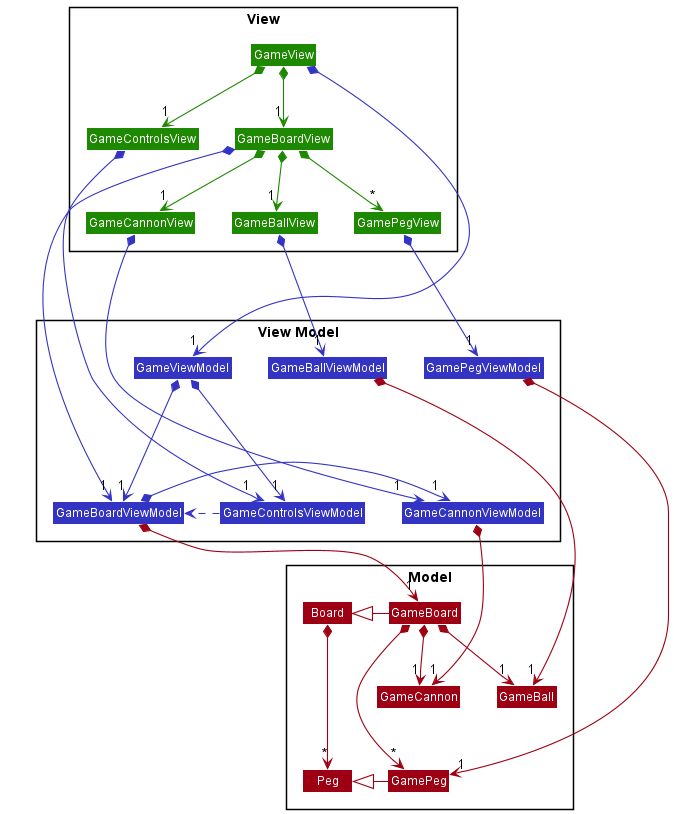
Earlier version of the PlantUML export docs/ps4-developer-guide/images/MVVMClassDiagram.png (ganhongyao/MaplePeggle).
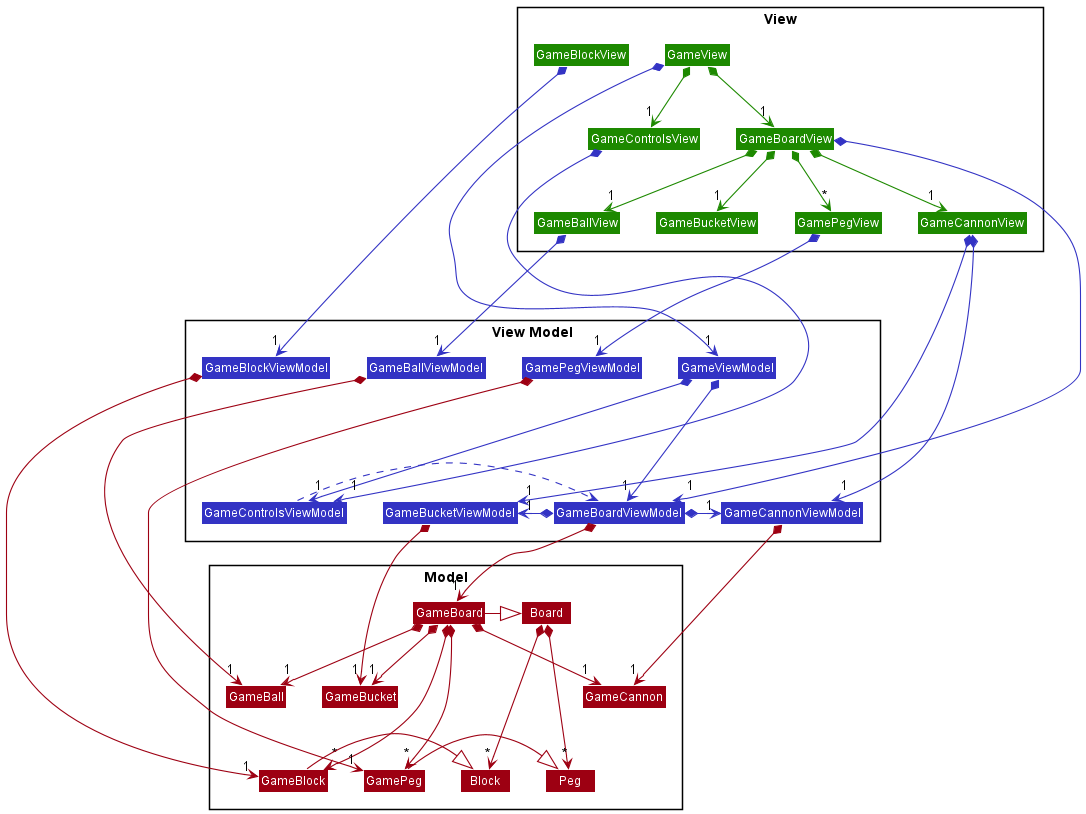
The same diagram one commit later.

Commit message:
Update class diagram

Change to the diagram source:
```diff
@@ -7,10 +7,13 @@
 Package Model <<Rectangle>>{
 Class Board
 Class Peg
+Class Block
 Class GameBoard
 Class GamePeg
+Class GameBlock
 Class GameCannon
 Class GameBall
+Class GameBucket
 }
 
 package "View Model" <<Rectangle>> {
@@ -19,7 +22,9 @@
 Class GameControlsViewModel LOGIC_COLOR
 Class GameBoardViewModel LOGIC_COLOR
 Class GameCannonViewModel LOGIC_COLOR
+Class GameBucketViewModel LOGIC_COLOR
 Class GamePegViewModel LOGIC_COLOR
+Class GameBlockViewModel LOGIC_COLOR
 }
 
 package "View" <<Rectangle>> {
@@ -28,7 +33,9 @@
 Class GameControlsView UI_COLOR
 Class GameBoardView UI_COLOR
 Class GameCannonView UI_COLOR
+Class GameBucketView UI_COLOR
 Class GamePegView UI_COLOR
+Class GameBlockView UI_COLOR
 Class GameBallView UI_COLOR
 }
 
@@ -36,6 +43,7 @@
 GameView *-down->  "1" GameControlsView UI_COLOR
 GameView *-down->  "1" GameBoardView UI_COLOR
 GameBoardView *-down=>  "1" GameCannonView UI_COLOR
+GameBoardView *-down=>  "1" GameBucketView UI_COLOR
 GameBoardView *-down->  "1" GameBallView UI_COLOR
 
 
@@ -45,26 +53,35 @@
 GameViewModel *-down-->  "1" GameControlsViewModel  LOGIC_COLOR
 GameViewModel *-down-->  "1" GameBoardViewModel  LOGIC_COLOR
 GameBoardViewModel *-> "1" GameCannonViewModel LOGIC_COLOR
+GameBoardViewModel *-> "1" GameBucketViewModel LOGIC_COLOR
 GameControlsViewModel .> GameBoardViewModel LOGIC_COLOR
 
 
 GameBoard *-down-> "1" GameCannon
+GameBoard *-down-> "1" GameBucket
 GameBoard *-down-> "1" GameBall
 GameBoard *-down-> "*" GamePeg
+GameBoard *-down-> "*" GameBlock
 Board *-down--> "*" Peg
+Board *-down--> "*" Block
 
 GameBallView *-down-> "1" GameBallViewModel LOGIC_COLOR
 GameView *-down-->  "1" GameViewModel LOGIC_COLOR
 GameBoardView *-down->  "1" GameBoardViewModel LOGIC_COLOR
 GameControlsView *-down->  "1" GameControlsViewModel LOGIC_COLOR
 GameCannonView *-down->  "1" GameCannonViewModel LOGIC_COLOR
+GameCannonView *-down->  "1" GameBucketViewModel LOGIC_COLOR
 GamePegView *-down-->  "1" GamePegViewModel LOGIC_COLOR
+GameBlockView *-down-->  "1" GameBlockViewModel LOGIC_COLOR
 
 GamePegViewModel *-down->  "1" GamePeg MODEL_COLOR
+GameBlockViewModel *-down->  "1" GameBlock MODEL_COLOR
 GameBoardViewModel *-down->  "1" GameBoard MODEL_COLOR
 GameCannonViewModel *-down->  "1" GameCannon MODEL_COLOR
+GameBucketViewModel *-down->  "1" GameBucket MODEL_COLOR
 GameBallViewModel *-down->  "1" GameBall MODEL_COLOR
 
 GamePeg -|> Peg
+GameBlock -|> Block
 GameBoard -|> Board
 @enduml
```
